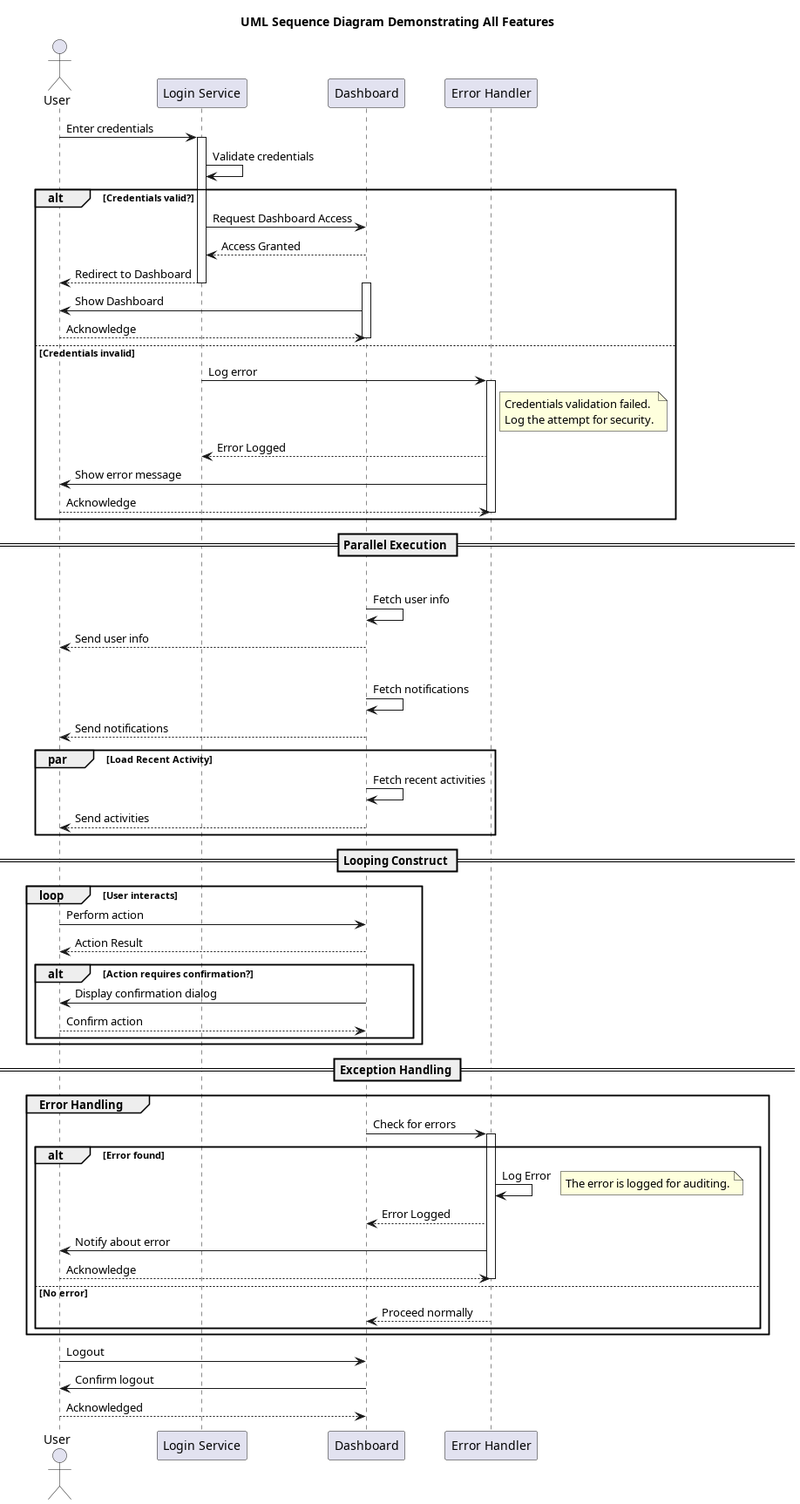
The PlantUML diagram figures/out/sequence_diagram.png in alfa-yohannis/pemrograman-berorientasi-objek, before a commit.
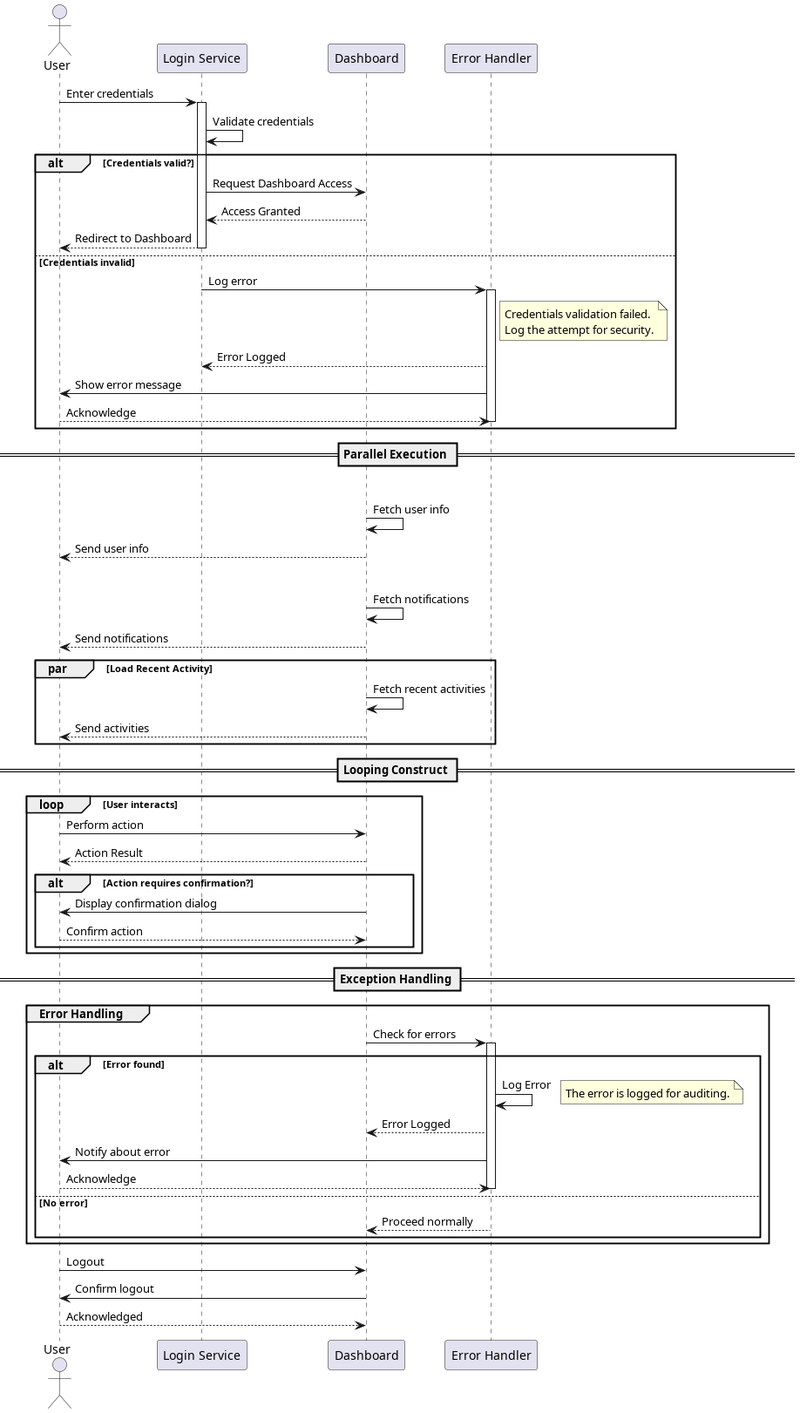
The same diagram one commit later.

Change to the diagram source:
```diff
@@ -1,5 +1,4 @@
 @startuml
-title UML Sequence Diagram Demonstrating All Features
 
 actor User
 participant "Login Service" as LS
@@ -15,10 +14,6 @@
     DB --> LS: Access Granted
     LS --> User: Redirect to Dashboard
     deactivate LS
-    activate DB
-    DB -> User: Show Dashboard
-    User --> DB: Acknowledge
-    deactivate DB
 else Credentials invalid
     LS -> EH: Log error
     activate EH
```
